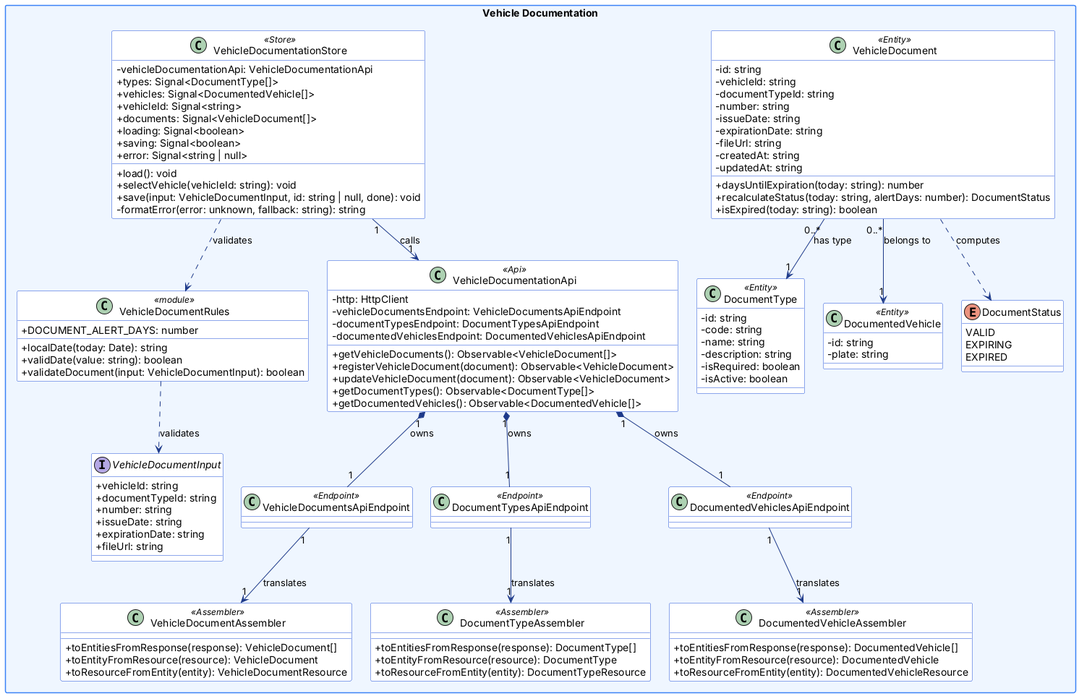
Above: report/assets/Software-Object-Oriented-Design/frontend-class-vehicle-documentation.png in 1ASI0729-2620-16692-BitMeisters/fleet-safe-report (PlantUML), before the change.
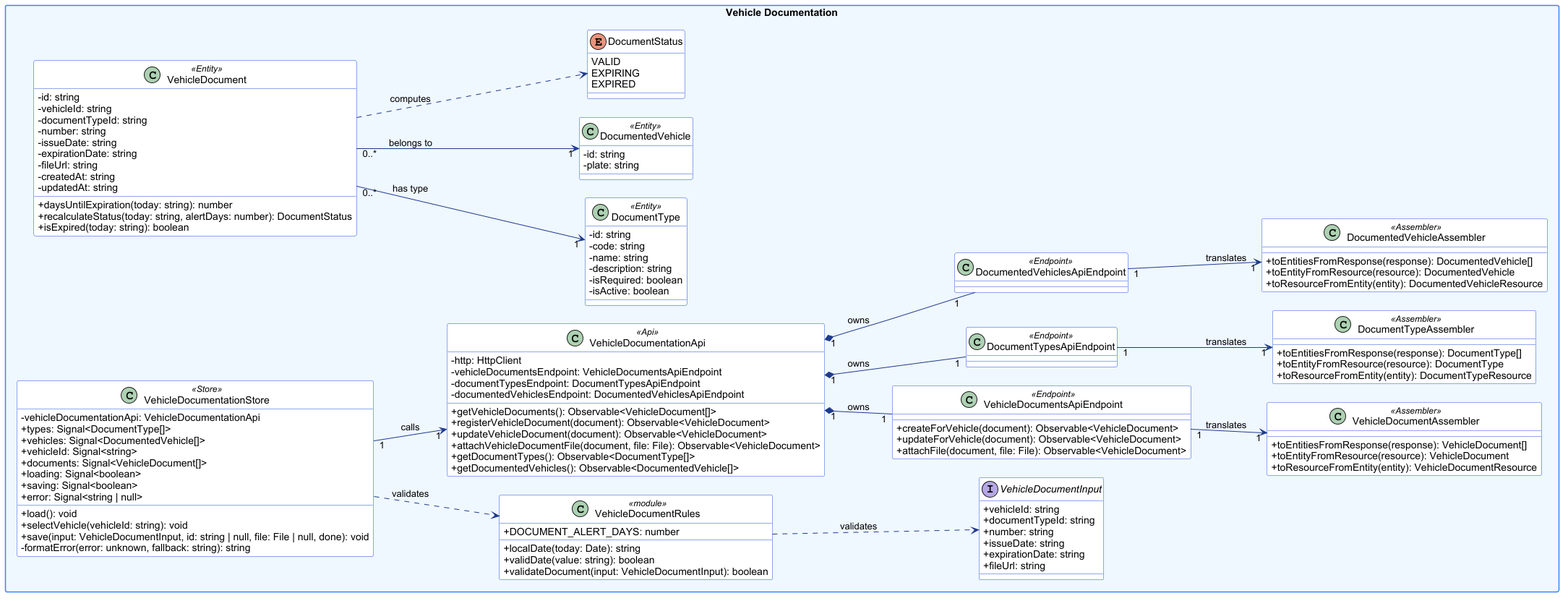
After the commit.

Commit message:
docs(report): update frontend class diagrams to match code 0.6.0

Change to the diagram source:
```diff
@@ -14,7 +14,8 @@
   BackgroundColor #eff6ff
   BorderColor #3b82f6
 }
-top to bottom direction
+left to right direction
+
 package "Vehicle Documentation" {
   class DocumentType <<Entity>> {
       - id: string
@@ -72,7 +73,7 @@
       + error: Signal<string | null>
       + load(): void
       + selectVehicle(vehicleId: string): void
-      + save(input: VehicleDocumentInput, id: string | null, done): void
+      + save(input: VehicleDocumentInput, id: string | null, file: File | null, done): void
       - formatError(error: unknown, fallback: string): string
   }
   class VehicleDocumentationApi <<Api>> {
@@ -83,10 +84,14 @@
       + getVehicleDocuments(): Observable<VehicleDocument[]>
       + registerVehicleDocument(document): Observable<VehicleDocument>
       + updateVehicleDocument(document): Observable<VehicleDocument>
+      + attachVehicleDocumentFile(document, file: File): Observable<VehicleDocument>
       + getDocumentTypes(): Observable<DocumentType[]>
       + getDocumentedVehicles(): Observable<DocumentedVehicle[]>
   }
   class VehicleDocumentsApiEndpoint <<Endpoint>> {
+      + createForVehicle(document): Observable<VehicleDocument>
+      + updateForVehicle(document): Observable<VehicleDocument>
+      + attachFile(document, file: File): Observable<VehicleDocument>
   }
   class DocumentTypesApiEndpoint <<Endpoint>> {
   }
```
